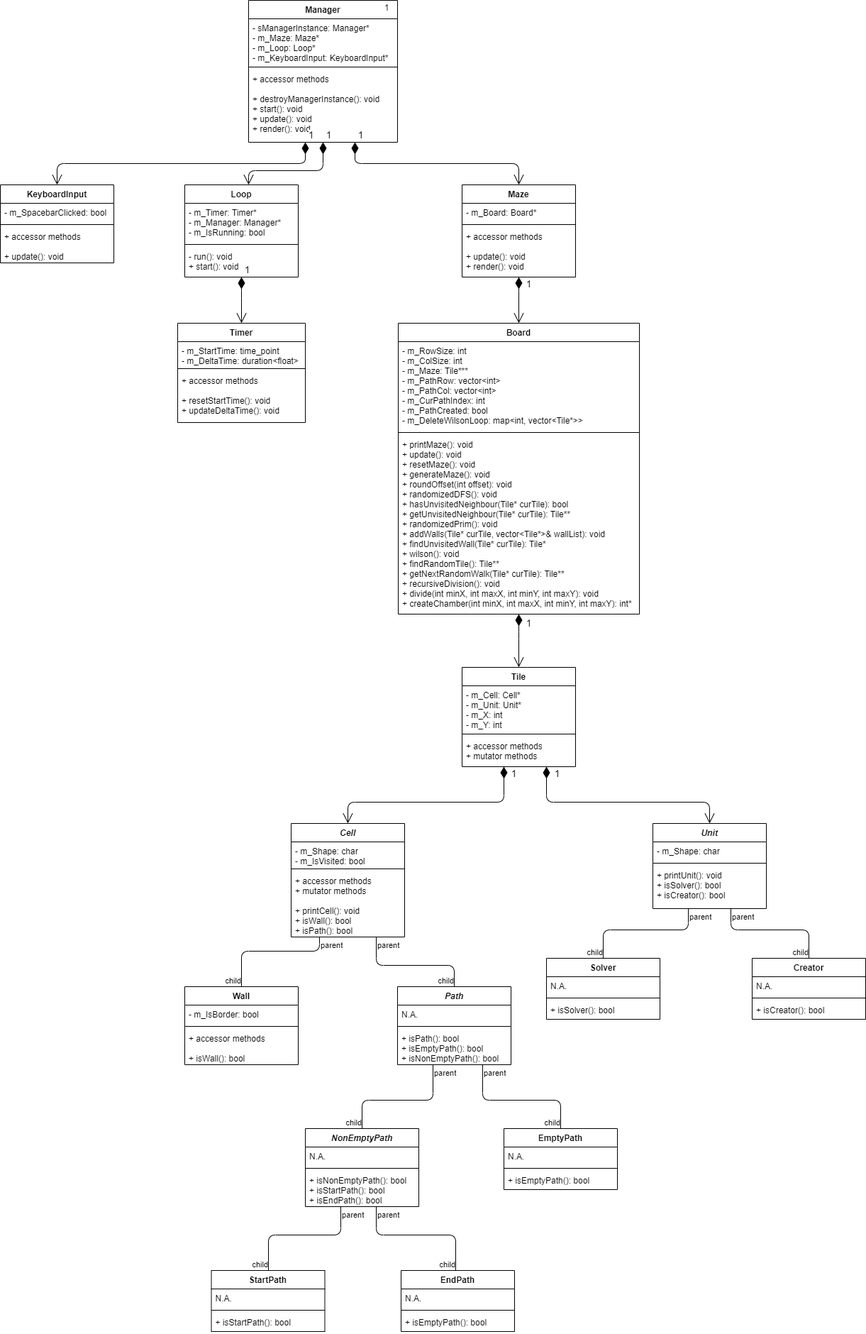
Earlier version of the draw.io export assets/class_diagram.png (Dandoko/maze_craze). Source tidied: cells renumbered, new cells last; positions are measured from the earlier drawing's top-left corner, leaving out a move shared by most shapes.
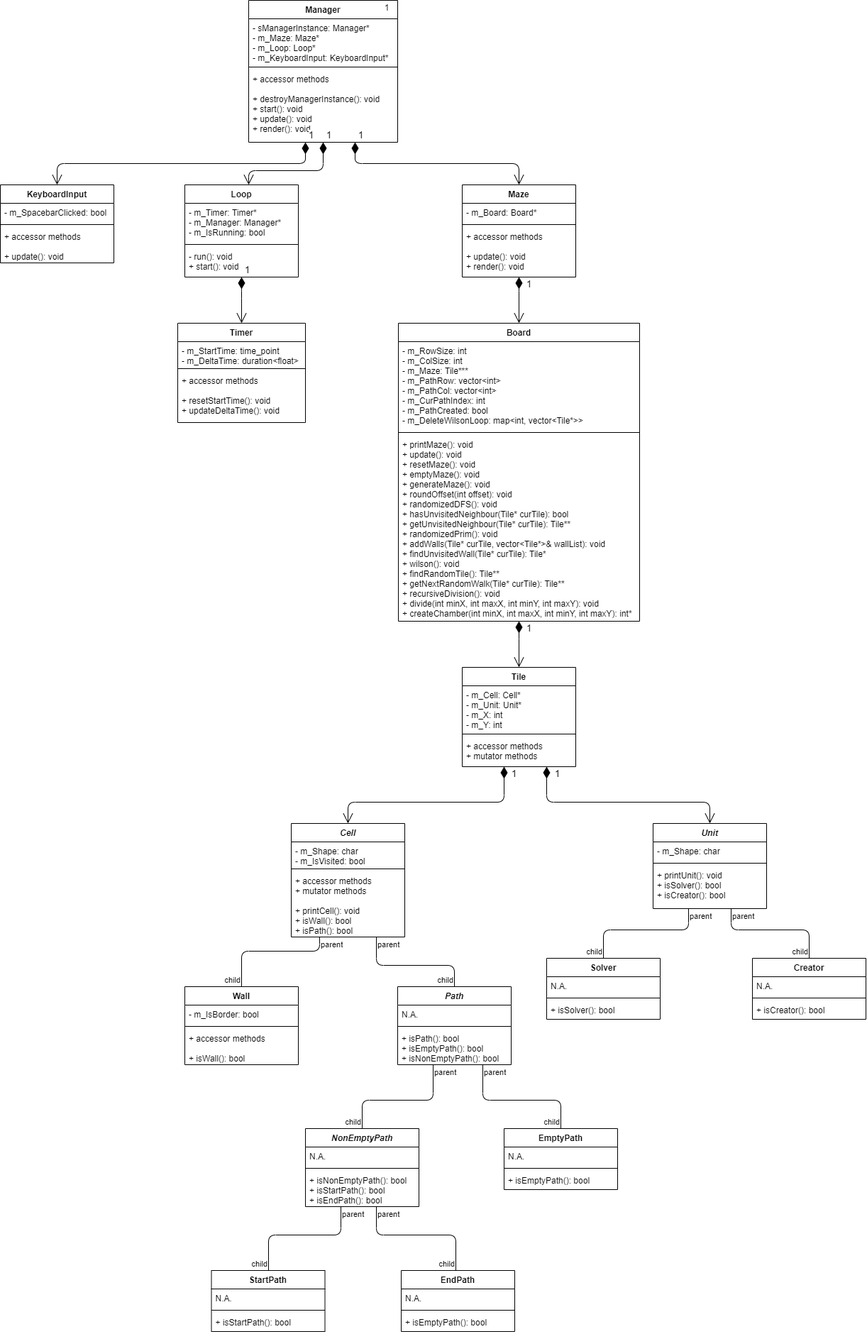
After the commit.

Diff of the diagram source:
```diff
@@ -3,7 +3,7 @@
     <mxCell id="0" />
     <mxCell id="1" parent="0" />
     <mxCell id="2" value="Board" style="swimlane;fontStyle=1;align=center;verticalAlign=top;horizontal=1;startSize=26;" parent="1" vertex="1">
-      <mxGeometry x="561" y="455" width="340" height="410" as="geometry" />
+      <mxGeometry x="561" y="455" width="340" height="420" as="geometry" />
     </mxCell>
     <mxCell id="3" value="- m_RowSize: int&#10;- m_ColSize: int&#10;- m_Maze: Tile***&#10;- m_PathRow: vector&lt;int&gt;&#10;- m_PathCol: vector&lt;int&gt;&#10;- m_CurPathIndex: int&#10;- m_PathCreated: bool&#10;- m_DeleteWilsonLoop: map&lt;int, vector&lt;Tile*&gt;&gt;" style="text;strokeColor=none;fillColor=none;align=left;verticalAlign=top;spacingLeft=4;spacingRight=4;overflow=hidden;" parent="2" vertex="1">
       <mxGeometry y="26" width="340" height="124" as="geometry" />
@@ -11,8 +11,8 @@
     <mxCell id="4" style="line;strokeWidth=1;fillColor=none;align=left;verticalAlign=middle;spacingTop=-1;spacingLeft=3;spacingRight=3;labelPosition=right;" parent="2" vertex="1">
       <mxGeometry y="150" width="340" height="8" as="geometry" />
     </mxCell>
-    <mxCell id="5" value="+ printMaze(): void&#10;+ update(): void&#10;+ resetMaze(): void&#10;+ generateMaze(): void&#10;+ roundOffset(int offset): void&#10;+ randomizedDFS(): void&#10;+ hasUnvisitedNeighbour(Tile* curTile): bool&#10;+ getUnvisitedNeighbour(Tile* curTile): Tile**&#10;+ randomizedPrim(): void&#10;+ addWalls(Tile* curTile, vector&lt;Tile*&gt;&amp; wallList): void&#10;+ findUnvisitedWall(Tile* curTile): Tile*&#10;+ wilson(): void&#10;+ findRandomTile(): Tile**&#10;+ getNextRandomWalk(Tile* curTile): Tile**&#10;+ recursiveDivision(): void&#10;+ divide(int minX, int maxX, int minY, int maxY): void&#10;+ createChamber(int minX, int maxX, int minY, int maxY): int*" style="text;strokeColor=none;fillColor=none;align=left;verticalAlign=top;spacingLeft=4;spacingRight=4;overflow=hidden;points=[[0,0.5],[1,0.5]];portConstraint=eastwest;" parent="2" vertex="1">
-      <mxGeometry y="158" width="340" height="252" as="geometry" />
+    <mxCell id="5" value="+ printMaze(): void&#10;+ update(): void&#10;+ resetMaze(): void&#10;+ emptyMaze(): void&#10;+ generateMaze(): void&#10;+ roundOffset(int offset): void&#10;+ randomizedDFS(): void&#10;+ hasUnvisitedNeighbour(Tile* curTile): bool&#10;+ getUnvisitedNeighbour(Tile* curTile): Tile**&#10;+ randomizedPrim(): void&#10;+ addWalls(Tile* curTile, vector&lt;Tile*&gt;&amp; wallList): void&#10;+ findUnvisitedWall(Tile* curTile): Tile*&#10;+ wilson(): void&#10;+ findRandomTile(): Tile**&#10;+ getNextRandomWalk(Tile* curTile): Tile**&#10;+ recursiveDivision(): void&#10;+ divide(int minX, int maxX, int minY, int maxY): void&#10;+ createChamber(int minX, int maxX, int minY, int maxY): int*" style="text;strokeColor=none;fillColor=none;align=left;verticalAlign=top;spacingLeft=4;spacingRight=4;overflow=hidden;points=[[0,0.5],[1,0.5]];portConstraint=eastwest;" parent="2" vertex="1">
+      <mxGeometry y="158" width="340" height="262" as="geometry" />
     </mxCell>
     <mxCell id="6" value="Tile" style="swimlane;fontStyle=1;align=center;verticalAlign=top;horizontal=1;startSize=26;" parent="1" vertex="1">
       <mxGeometry x="651" y="940" width="160" height="140" as="geometry" />
```
